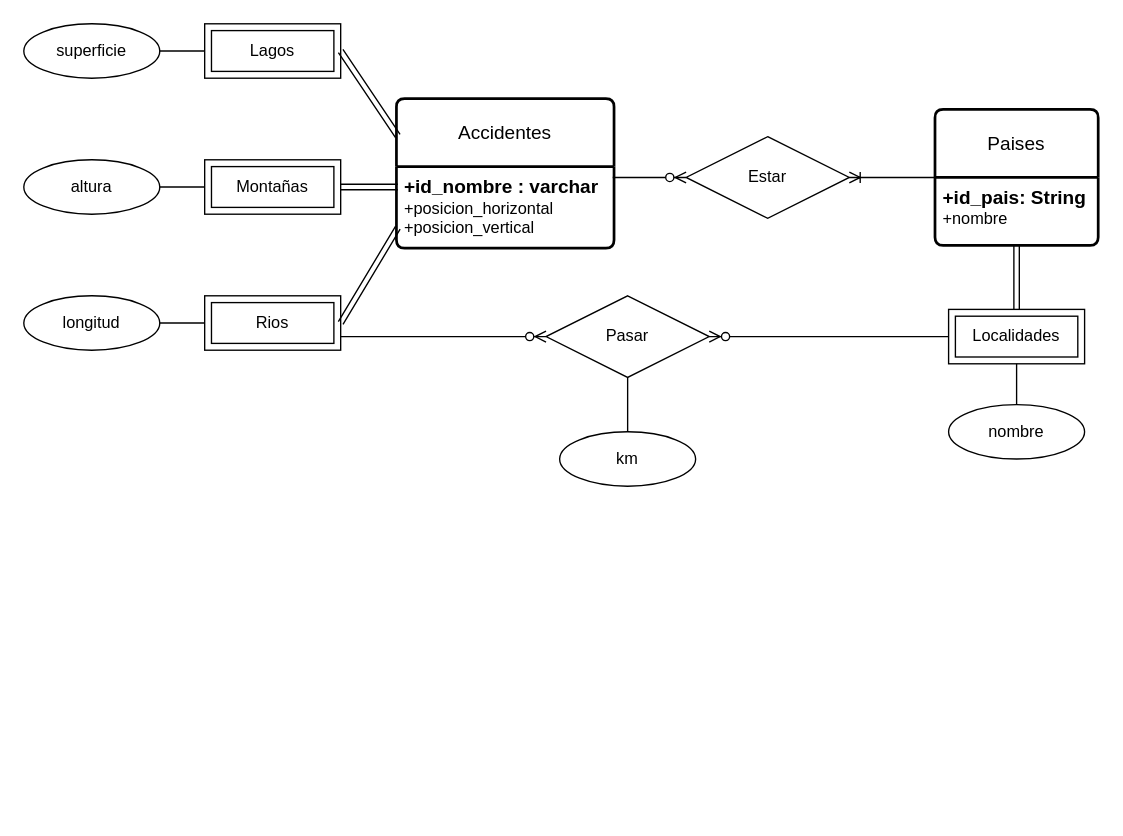
The draw.io diagram ejercicio11.drawio in AsierGArranz/aga-sru-sa-t-UD12DiagramaER-11102023, before the edit. Source tidied: cells renumbered, new cells numbered last; positions are measured from the earlier drawing's top-left corner, leaving out a move shared by most shapes. Both pictures are drawn from the tidied source at 136%, with x=0, y=0 at pixel (23, 23).
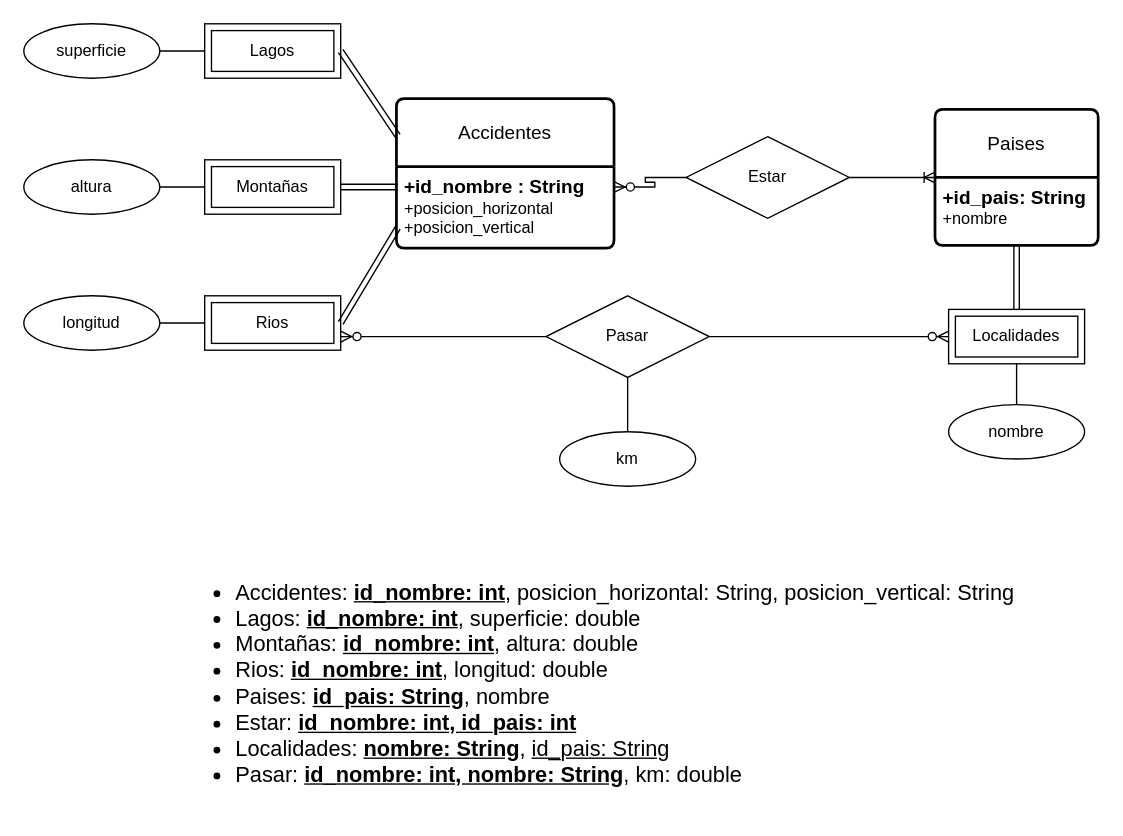
After the change.

Unchanged cells that the change refers to:
```xml
<mxCell id="2" value="Accidentes" style="swimlane;horizontal=1;startSize=50;rounded=1;fontSize=14;fontStyle=0;strokeWidth=2;shadow=0;dashed=0;align=center;arcSize=4;whiteSpace=wrap;html=1;" parent="1" vertex="1">
  <mxGeometry x="274" y="55" width="160" height="110" as="geometry" />
</mxCell>
<mxCell id="6" value="Rios" style="shape=ext;margin=3;double=1;whiteSpace=wrap;html=1;align=center;" parent="1" vertex="1">
  <mxGeometry x="133" y="200" width="100" height="40" as="geometry" />
</mxCell>
<mxCell id="16" value="Estar" style="shape=rhombus;perimeter=rhombusPerimeter;whiteSpace=wrap;html=1;align=center;" parent="1" vertex="1">
  <mxGeometry x="487" y="83" width="120" height="60" as="geometry" />
</mxCell>
<mxCell id="17" value="Paises" style="swimlane;horizontal=1;startSize=50;rounded=1;fontSize=14;fontStyle=0;strokeWidth=2;shadow=0;dashed=0;align=center;arcSize=4;whiteSpace=wrap;html=1;" parent="1" vertex="1">
  <mxGeometry x="670" y="63" width="120" height="100" as="geometry" />
</mxCell>
<mxCell id="18" value="&lt;font style=&quot;font-size: 14px;&quot;&gt;&lt;b&gt;+id_pais: String&lt;br&gt;&lt;/b&gt;&lt;/font&gt;+nombre" style="align=left;strokeColor=none;fillColor=none;spacingLeft=4;fontSize=12;verticalAlign=top;html=1;" parent="17" vertex="1">
  <mxGeometry y="50" width="120" height="50" as="geometry" />
</mxCell>
<mxCell id="21" value="Localidades" style="shape=ext;margin=3;double=1;whiteSpace=wrap;html=1;align=center;" parent="1" vertex="1">
  <mxGeometry x="680" y="210" width="100" height="40" as="geometry" />
</mxCell>
<mxCell id="25" value="Pasar" style="shape=rhombus;perimeter=rhombusPerimeter;whiteSpace=wrap;html=1;align=center;" parent="1" vertex="1">
  <mxGeometry x="384" y="200" width="120" height="60" as="geometry" />
</mxCell>
```

Diff of the diagram source:
```diff
@@
-    <mxCell id="3" value="&lt;font style=&quot;font-size: 14px;&quot;&gt;&lt;b&gt;+id_nombre : varchar&lt;br&gt;&lt;/b&gt;&lt;/font&gt;+posicion_horizontal&lt;br&gt;+posicion_vertical" style="align=left;strokeColor=none;fillColor=none;spacingLeft=4;fontSize=12;verticalAlign=top;html=1;" parent="2" vertex="1">
+    <mxCell id="3" value="&lt;font style=&quot;font-size: 14px;&quot;&gt;&lt;b&gt;+id_nombre : String&lt;br&gt;&lt;/b&gt;&lt;/font&gt;+posicion_horizontal&lt;br&gt;+posicion_vertical" style="align=left;strokeColor=none;fillColor=none;spacingLeft=4;fontSize=12;verticalAlign=top;html=1;" parent="2" vertex="1">
       <mxGeometry y="50" width="160" height="60" as="geometry" />
     </mxCell>
@@
-    <mxCell id="19" style="edgeStyle=entityRelationEdgeStyle;fontSize=12;html=1;endArrow=ERzeroToMany;endFill=1;rounded=0;exitX=0.994;exitY=0.133;exitDx=0;exitDy=0;exitPerimeter=0;entryX=0;entryY=0.5;entryDx=0;entryDy=0;" parent="1" edge="1" source="3" target="16">
+    <mxCell id="19" style="edgeStyle=entityRelationEdgeStyle;fontSize=12;html=1;endArrow=ERzeroToMany;endFill=1;rounded=0;exitX=0;exitY=0.5;exitDx=0;exitDy=0;entryX=1;entryY=0.25;entryDx=0;entryDy=0;" parent="1" edge="1" source="16" target="3">
       <mxGeometry relative="1" as="geometry" />
     </mxCell>
-    <mxCell id="20" style="edgeStyle=entityRelationEdgeStyle;fontSize=12;html=1;endArrow=ERoneToMany;rounded=0;entryX=1;entryY=0.5;entryDx=0;entryDy=0;exitX=0;exitY=0.5;exitDx=0;exitDy=0;" parent="1" edge="1" source="17" target="16">
+    <mxCell id="20" style="edgeStyle=entityRelationEdgeStyle;fontSize=12;html=1;endArrow=ERoneToMany;rounded=0;entryX=0;entryY=0;entryDx=0;entryDy=0;exitX=1;exitY=0.5;exitDx=0;exitDy=0;" parent="1" edge="1" source="16" target="18">
       <mxGeometry relative="1" as="geometry" />
     </mxCell>
@@
-    <mxCell id="26" style="edgeStyle=entityRelationEdgeStyle;fontSize=12;html=1;endArrow=ERzeroToMany;endFill=1;rounded=0;entryX=0;entryY=0.5;entryDx=0;entryDy=0;exitX=1;exitY=0.75;exitDx=0;exitDy=0;" parent="1" edge="1" source="6" target="25">
+    <mxCell id="26" style="edgeStyle=entityRelationEdgeStyle;fontSize=12;html=1;endArrow=ERzeroToMany;endFill=1;rounded=0;entryX=0;entryY=0.5;entryDx=0;entryDy=0;exitX=1;exitY=0.5;exitDx=0;exitDy=0;" parent="1" edge="1" source="25" target="21">
       <mxGeometry relative="1" as="geometry" />
     </mxCell>
-    <mxCell id="27" style="edgeStyle=entityRelationEdgeStyle;fontSize=12;html=1;endArrow=ERzeroToMany;endFill=1;rounded=0;entryX=1;entryY=0.5;entryDx=0;entryDy=0;exitX=0;exitY=0.5;exitDx=0;exitDy=0;" parent="1" edge="1" source="21" target="25">
+    <mxCell id="27" style="edgeStyle=entityRelationEdgeStyle;fontSize=12;html=1;endArrow=ERzeroToMany;endFill=1;rounded=0;entryX=1;entryY=0.75;entryDx=0;entryDy=0;exitX=0;exitY=0.5;exitDx=0;exitDy=0;" parent="1" edge="1" source="25" target="6">
       <mxGeometry relative="1" as="geometry" />
     </mxCell>
@@
+    <mxCell id="30" value="&lt;ul style=&quot;font-size: 16px;&quot;&gt;&lt;li&gt;Accidentes: &lt;u style=&quot;font-weight: bold;&quot;&gt;id_nombre: int&lt;/u&gt;, posicion_horizontal: String, posicion_vertical: String&lt;/li&gt;&lt;li&gt;Lagos: &lt;u style=&quot;font-weight: bold;&quot;&gt;id_nombre: int&lt;/u&gt;, superficie: double&lt;/li&gt;&lt;li style=&quot;border-color: var(--border-color);&quot;&gt;Montañas:&amp;nbsp;&lt;u style=&quot;border-color: var(--border-color); font-weight: bold;&quot;&gt;id_nombre: int&lt;/u&gt;, altura: double&lt;/li&gt;&lt;li style=&quot;border-color: var(--border-color);&quot;&gt;Rios:&amp;nbsp;&lt;u style=&quot;border-color: var(--border-color); font-weight: bold;&quot;&gt;id_nombre: int&lt;/u&gt;, longitud: double&lt;/li&gt;&lt;li style=&quot;border-color: var(--border-color);&quot;&gt;Paises: &lt;u style=&quot;font-weight: bold;&quot;&gt;id_pais: String&lt;/u&gt;, nombre&lt;/li&gt;&lt;li style=&quot;border-color: var(--border-color);&quot;&gt;Estar: &lt;b&gt;&lt;u&gt;id_nombre: int, id_pais: int&lt;/u&gt;&lt;/b&gt;&lt;/li&gt;&lt;li style=&quot;border-color: var(--border-color);&quot;&gt;Localidades: &lt;u style=&quot;font-weight: bold;&quot;&gt;nombre: String&lt;/u&gt;, &lt;u&gt;id_pais: String&lt;/u&gt;&lt;/li&gt;&lt;li style=&quot;border-color: var(--border-color);&quot;&gt;Pasar:&amp;nbsp;&lt;span style=&quot;border-color: var(--border-color);&quot;&gt;&lt;u style=&quot;font-weight: bold; border-color: var(--border-color);&quot;&gt;id_nombre: int, nombre: String&lt;/u&gt;&lt;span style=&quot;border-color: var(--border-color);&quot;&gt;, km: double&lt;/span&gt;&lt;/span&gt;&lt;/li&gt;&lt;/ul&gt;" style="text;strokeColor=none;fillColor=none;html=1;whiteSpace=wrap;verticalAlign=middle;overflow=hidden;" parent="1" vertex="1">
+      <mxGeometry x="114" y="390" width="660" height="190" as="geometry" />
+    </mxCell>
```
